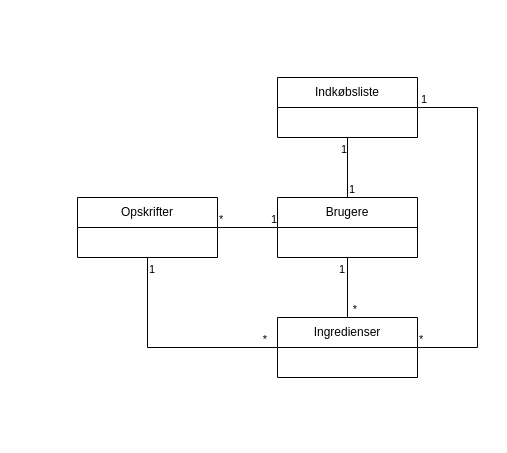
The draw.io diagram HandleLetDomain.drawio in JaisAndersen/HandleLet, before the edit. Source tidied: cells renumbered, new cells numbered last; positions are measured from the earlier drawing's top-left corner, leaving out a move shared by most shapes. Both pictures are drawn from the tidied source at 100%, with x=0, y=0 at pixel (77, 77).
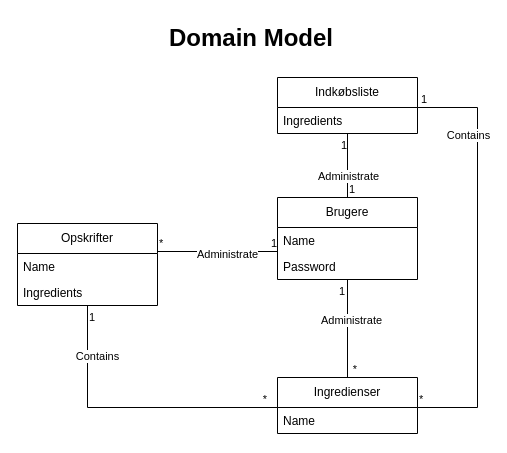
The same page after the edit.

The change refers to these unchanged cells:
```xml
<mxCell id="15" style="endArrow=none;html=1;edgeStyle=orthogonalEdgeStyle;rounded=0;" parent="1" edge="1" source="4" target="5">
  <mxGeometry relative="1" as="geometry" />
</mxCell>
<mxCell id="18" style="endArrow=none;html=1;edgeStyle=orthogonalEdgeStyle;rounded=0;" parent="1" edge="1" source="4" target="2">
  <mxGeometry relative="1" as="geometry" />
</mxCell>
```

The edit, as a diff of the source:
```diff
@@
     <mxCell id="2" value="Ingredienser" style="swimlane;fontStyle=0;horizontal=1;startSize=30;whiteSpace=wrap;html=1;" parent="1" vertex="1">
-      <mxGeometry x="200" y="240" width="140" height="60" as="geometry" />
+      <mxGeometry x="200" y="300" width="140" height="56" as="geometry" />
     </mxCell>
+    <mxCell id="21" value="Name" style="text;strokeColor=none;fillColor=none;align=left;verticalAlign=top;spacingLeft=4;spacingRight=4;overflow=hidden;whiteSpace=wrap;html=1;" parent="2" vertex="1">
+      <mxGeometry y="30" width="140" height="26" as="geometry" />
+    </mxCell>
     <mxCell id="3" value="Opskrifter" style="swimlane;fontStyle=0;horizontal=1;startSize=30;whiteSpace=wrap;html=1;" parent="1" vertex="1">
-      <mxGeometry y="120" width="140" height="60" as="geometry" />
+      <mxGeometry x="-60" y="146" width="140" height="82" as="geometry" />
     </mxCell>
+    <mxCell id="22" value="Name" style="text;strokeColor=none;fillColor=none;align=left;verticalAlign=top;spacingLeft=4;spacingRight=4;overflow=hidden;whiteSpace=wrap;html=1;" parent="3" vertex="1">
+      <mxGeometry y="30" width="140" height="26" as="geometry" />
+    </mxCell>
+    <mxCell id="23" value="Ingredients" style="text;strokeColor=none;fillColor=none;align=left;verticalAlign=top;spacingLeft=4;spacingRight=4;overflow=hidden;whiteSpace=wrap;html=1;" parent="3" vertex="1">
+      <mxGeometry y="56" width="140" height="26" as="geometry" />
+    </mxCell>
     <mxCell id="4" value="Brugere" style="swimlane;fontStyle=0;horizontal=1;startSize=30;whiteSpace=wrap;html=1;" parent="1" vertex="1">
-      <mxGeometry x="200" y="120" width="140" height="60" as="geometry" />
+      <mxGeometry x="200" y="120" width="140" height="82" as="geometry" />
     </mxCell>
+    <mxCell id="24" value="Name" style="text;strokeColor=none;fillColor=none;align=left;verticalAlign=top;spacingLeft=4;spacingRight=4;overflow=hidden;whiteSpace=wrap;html=1;" parent="4" vertex="1">
+      <mxGeometry y="30" width="140" height="26" as="geometry" />
+    </mxCell>
+    <mxCell id="25" value="Password" style="text;strokeColor=none;fillColor=none;align=left;verticalAlign=top;spacingLeft=4;spacingRight=4;overflow=hidden;whiteSpace=wrap;html=1;" parent="4" vertex="1">
+      <mxGeometry y="56" width="140" height="26" as="geometry" />
+    </mxCell>
     <mxCell id="5" value="Indkøbsliste" style="swimlane;fontStyle=0;horizontal=1;startSize=30;whiteSpace=wrap;html=1;" parent="1" vertex="1">
-      <mxGeometry x="200" width="140" height="60" as="geometry" />
+      <mxGeometry x="200" width="140" height="56" as="geometry" />
     </mxCell>
+    <mxCell id="26" value="Ingredients" style="text;strokeColor=none;fillColor=none;align=left;verticalAlign=top;spacingLeft=4;spacingRight=4;overflow=hidden;whiteSpace=wrap;html=1;" parent="5" vertex="1">
+      <mxGeometry y="30" width="140" height="26" as="geometry" />
+    </mxCell>
     <mxCell id="6" style="endArrow=none;html=1;edgeStyle=orthogonalEdgeStyle;rounded=0;" parent="1" edge="1" source="3" target="2">
       <mxGeometry relative="1" as="geometry">
         <Array as="points">
-          <mxPoint x="70" y="270" />
+          <mxPoint x="10" y="330" />
         </Array>
       </mxGeometry>
     </mxCell>
@@
+    <mxCell id="27" value="Contains" style="edgeLabel;html=1;align=center;verticalAlign=middle;" parent="6" vertex="1">
+      <mxGeometry x="-0.24" y="-2" relative="1" as="geometry">
+        <mxPoint y="-54" as="offset" />
+      </mxGeometry>
+    </mxCell>
     <mxCell id="9" style="endArrow=none;html=1;edgeStyle=orthogonalEdgeStyle;rounded=0;" parent="1" edge="1" source="2" target="5">
       <mxGeometry relative="1" as="geometry">
         <Array as="points">
-          <mxPoint x="400" y="270" />
+          <mxPoint x="400" y="330" />
           <mxPoint x="400" y="30" />
         </Array>
       </mxGeometry>
     </mxCell>
@@
+    <mxCell id="28" value="Contains" style="edgeLabel;html=1;align=center;verticalAlign=middle;" parent="9" vertex="1">
+      <mxGeometry x="0.06" y="2" relative="1" as="geometry">
+        <mxPoint x="-8" y="-110" as="offset" />
+      </mxGeometry>
+    </mxCell>
     <mxCell id="12" style="endArrow=none;html=1;edgeStyle=orthogonalEdgeStyle;rounded=0;" parent="1" edge="1" source="3" target="4">
-      <mxGeometry relative="1" as="geometry" />
+      <mxGeometry relative="1" as="geometry">
+        <Array as="points">
+          <mxPoint x="120" y="174" />
+          <mxPoint x="120" y="174" />
+        </Array>
+      </mxGeometry>
     </mxCell>
@@
+    <mxCell id="29" value="Administrate" style="edgeLabel;html=1;align=center;verticalAlign=middle;" parent="12" vertex="1">
+      <mxGeometry x="-0.14" y="-2" relative="1" as="geometry">
+        <mxPoint x="17" as="offset" />
+      </mxGeometry>
+    </mxCell>
@@
+    <mxCell id="30" value="Administrate" style="edgeLabel;html=1;align=center;verticalAlign=middle;" parent="15" vertex="1">
+      <mxGeometry x="-0.16" relative="1" as="geometry">
+        <mxPoint y="5" as="offset" />
+      </mxGeometry>
+    </mxCell>
@@
+    <mxCell id="31" value="Administrate" style="edgeLabel;html=1;align=center;verticalAlign=middle;" parent="18" vertex="1">
+      <mxGeometry x="0.06" y="3" relative="1" as="geometry">
+        <mxPoint y="-12" as="offset" />
+      </mxGeometry>
+    </mxCell>
+    <mxCell id="32" value="&lt;h1 style=&quot;margin-top: 0px;&quot;&gt;Domain Model&lt;/h1&gt;" style="text;html=1;whiteSpace=wrap;overflow=hidden;rounded=0;" parent="1" vertex="1">
+      <mxGeometry x="90" y="-60" width="180" height="50" as="geometry" />
+    </mxCell>
```
